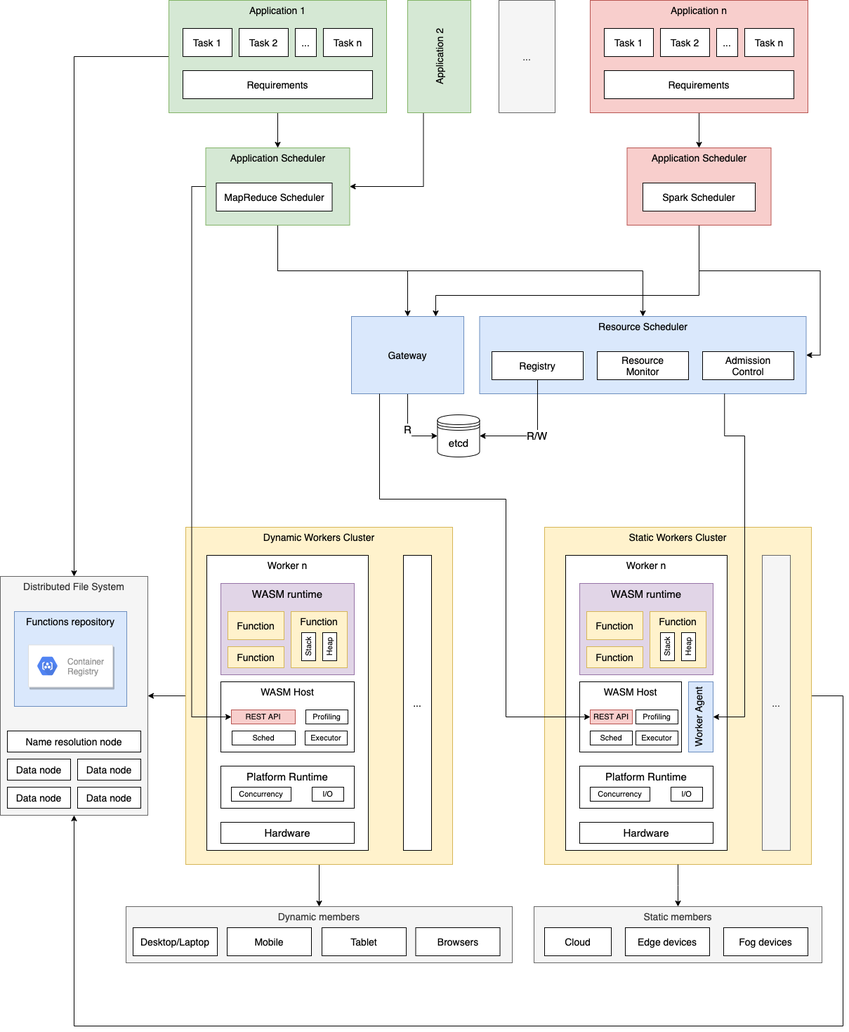
The draw.io diagram fedra/images/architecture.png in jiayihu/fedra-thesis, before a commit. Source tidied: cells renumbered, new cells last; positions are measured from the earlier drawing's top-left corner, leaving out a move shared by most shapes.
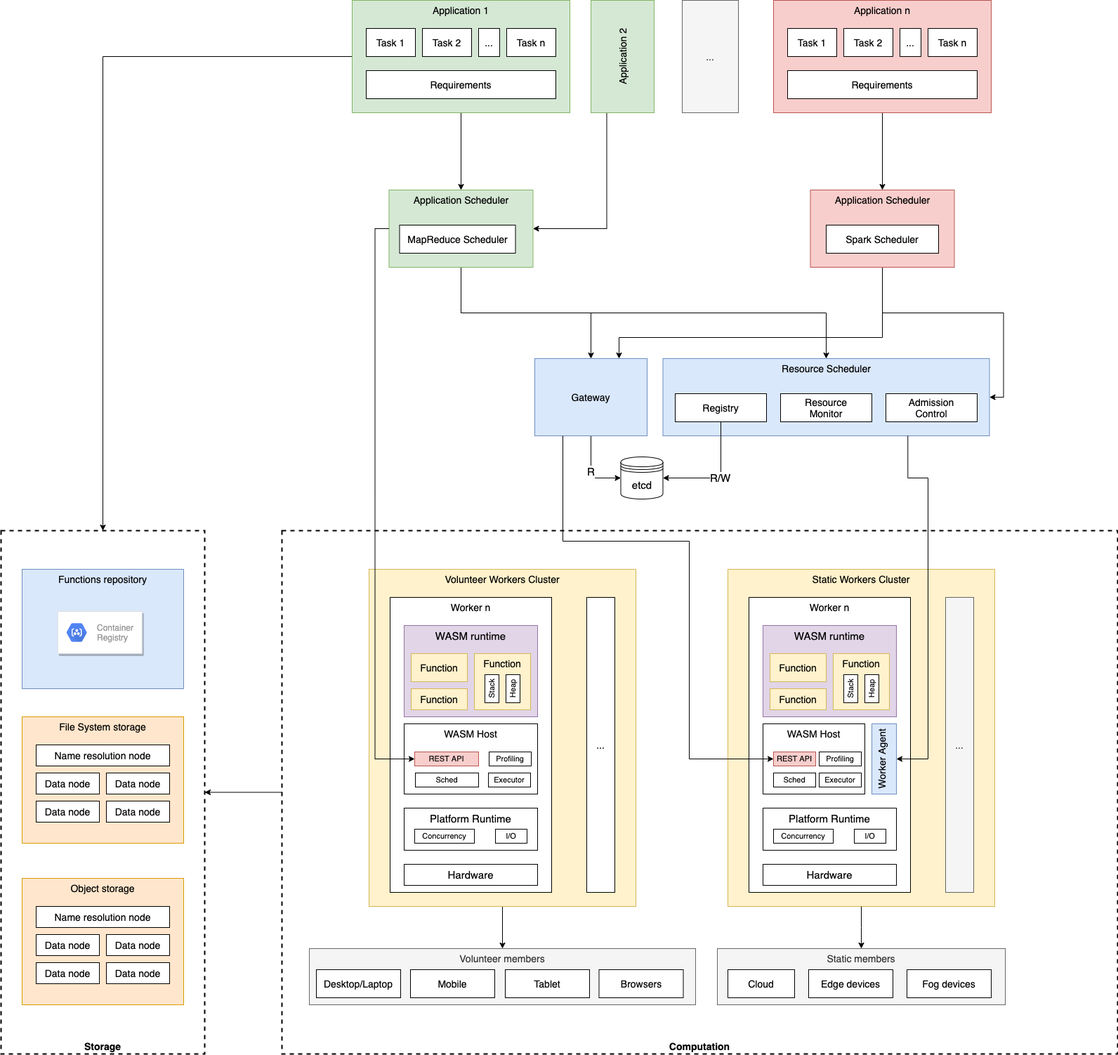
After the change.

Commit message:
Update architecture with storage

What changed in the source:
```diff
@@ -2,21 +2,21 @@
   <root>
     <mxCell id="0" />
     <mxCell id="1" parent="0" />
-    <mxCell id="2" value="Distributed File System" style="whiteSpace=wrap;html=1;fontSize=14;fillColor=#f5f5f5;strokeColor=#666666;fontColor=#333333;verticalAlign=top;" parent="1" vertex="1">
-      <mxGeometry y="820" width="210" height="340" as="geometry" />
+    <mxCell id="2" value="Storage" style="whiteSpace=wrap;html=1;fontSize=14;verticalAlign=bottom;dashed=1;strokeWidth=2;fontStyle=1;" parent="1" vertex="1">
+      <mxGeometry x="-260" y="695" width="290" height="745" as="geometry" />
     </mxCell>
+    <mxCell id="98" value="File System storage" style="whiteSpace=wrap;html=1;strokeWidth=1;fontSize=14;horizontal=1;verticalAlign=top;fillColor=#ffe6cc;strokeColor=#d79b00;" parent="1" vertex="1">
+      <mxGeometry x="-230" y="960" width="230" height="180" as="geometry" />
+    </mxCell>
+    <mxCell id="99" style="edgeStyle=orthogonalEdgeStyle;rounded=0;jettySize=auto;html=1;exitX=0;exitY=0.5;exitDx=0;exitDy=0;entryX=1;entryY=0.5;entryDx=0;entryDy=0;fontSize=14;" parent="1" edge="1" source="100" target="2">
+      <mxGeometry relative="1" as="geometry" />
+    </mxCell>
+    <mxCell id="100" value="Computation" style="whiteSpace=wrap;html=1;strokeWidth=2;dashed=1;verticalAlign=bottom;fontSize=14;fontStyle=1;" parent="1" vertex="1">
+      <mxGeometry x="140" y="695" width="1190" height="745" as="geometry" />
+    </mxCell>
-    <mxCell id="3" value="Dynamic members" style="rounded=0;whiteSpace=wrap;html=1;fontSize=14;fillColor=#f5f5f5;strokeColor=#666666;verticalAlign=top;fontColor=#333333;" parent="1" vertex="1">
+    <mxCell id="3" value="Volunteer members" style="rounded=0;whiteSpace=wrap;html=1;fontSize=14;fillColor=#f5f5f5;strokeColor=#666666;verticalAlign=top;fontColor=#333333;" parent="1" vertex="1">
       <mxGeometry x="179" y="1290" width="550" height="80" as="geometry" />
     </mxCell>
-    <mxCell id="4" style="edgeStyle=orthogonalEdgeStyle;rounded=0;jettySize=auto;html=1;exitX=1;exitY=0.5;exitDx=0;exitDy=0;entryX=0.5;entryY=1;entryDx=0;entryDy=0;startArrow=none;startFill=0;endArrow=classic;endFill=1;fontSize=14;" parent="1" edge="1" source="5" target="2">
-      <mxGeometry relative="1" as="geometry">
-        <Array as="points">
-          <mxPoint x="1200" y="990" />
-          <mxPoint x="1200" y="1460" />
-          <mxPoint x="105" y="1460" />
-        </Array>
-      </mxGeometry>
-    </mxCell>
     <mxCell id="5" value="Static Workers Cluster" style="rounded=0;whiteSpace=wrap;html=1;fillColor=#fff2cc;strokeColor=#d6b656;fontSize=14;verticalAlign=top;" parent="1" vertex="1">
       <mxGeometry x="775" y="750" width="380" height="480" as="geometry" />
     </mxCell>
@@ -38,49 +38,49 @@
       <mxGeometry relative="1" as="geometry" />
     </mxCell>
     <mxCell id="10" value="Application 1" style="rounded=0;whiteSpace=wrap;html=1;fillColor=#d5e8d4;strokeColor=#82b366;fontSize=14;verticalAlign=top;" parent="1" vertex="1">
-      <mxGeometry x="240" width="310" height="160" as="geometry" />
+      <mxGeometry x="240" y="-60" width="310" height="160" as="geometry" />
     </mxCell>
     <mxCell id="11" value="Resource Scheduler" style="rounded=0;whiteSpace=wrap;html=1;fillColor=#dae8fc;strokeColor=#6c8ebf;fontSize=14;verticalAlign=top;" parent="1" vertex="1">
       <mxGeometry x="682.5" y="450" width="465" height="110" as="geometry" />
     </mxCell>
     <mxCell id="12" value="Task 1" style="rounded=0;whiteSpace=wrap;html=1;fontSize=14;" parent="1" vertex="1">
-      <mxGeometry x="260" y="40" width="70" height="40" as="geometry" />
+      <mxGeometry x="260" y="-20" width="70" height="40" as="geometry" />
     </mxCell>
     <mxCell id="13" value="Requirements" style="rounded=0;whiteSpace=wrap;html=1;fontSize=14;" parent="1" vertex="1">
-      <mxGeometry x="260" y="100" width="270" height="40" as="geometry" />
+      <mxGeometry x="260" y="40" width="270" height="40" as="geometry" />
     </mxCell>
     <mxCell id="14" value="Task 2" style="rounded=0;whiteSpace=wrap;html=1;fontSize=14;" parent="1" vertex="1">
-      <mxGeometry x="340" y="40" width="70" height="40" as="geometry" />
+      <mxGeometry x="340" y="-20" width="70" height="40" as="geometry" />
     </mxCell>
     <mxCell id="15" value="Task n" style="rounded=0;whiteSpace=wrap;html=1;fontSize=14;" parent="1" vertex="1">
-      <mxGeometry x="460" y="40" width="70" height="40" as="geometry" />
+      <mxGeometry x="460" y="-20" width="70" height="40" as="geometry" />
     </mxCell>
     <mxCell id="16" value="..." style="rounded=0;whiteSpace=wrap;html=1;fontSize=14;" parent="1" vertex="1">
-      <mxGeometry x="420" y="40" width="30" height="40" as="geometry" />
+      <mxGeometry x="420" y="-20" width="30" height="40" as="geometry" />
     </mxCell>
     <mxCell id="17" style="edgeStyle=orthogonalEdgeStyle;rounded=0;jettySize=auto;html=1;exitX=0.5;exitY=1;exitDx=0;exitDy=0;entryX=0.5;entryY=0;entryDx=0;entryDy=0;startArrow=none;startFill=0;endArrow=classic;endFill=1;fontSize=15;" parent="1" edge="1" source="18" target="58">
       <mxGeometry relative="1" as="geometry" />
     </mxCell>
     <mxCell id="18" value="Application n" style="rounded=0;whiteSpace=wrap;html=1;fillColor=#f8cecc;strokeColor=#b85450;fontSize=14;verticalAlign=top;" parent="1" vertex="1">
-      <mxGeometry x="840" width="310" height="160" as="geometry" />
+      <mxGeometry x="840" y="-60" width="310" height="160" as="geometry" />
     </mxCell>
     <mxCell id="19" value="Task 1" style="rounded=0;whiteSpace=wrap;html=1;fontSize=14;" parent="1" vertex="1">
-      <mxGeometry x="860" y="40" width="70" height="40" as="geometry" />
+      <mxGeometry x="860" y="-20" width="70" height="40" as="geometry" />
     </mxCell>
     <mxCell id="20" value="Requirements" style="rounded=0;whiteSpace=wrap;html=1;fontSize=14;" parent="1" vertex="1">
-      <mxGeometry x="860" y="100" width="270" height="40" as="geometry" />
+      <mxGeometry x="860" y="40" width="270" height="40" as="geometry" />
     </mxCell>
     <mxCell id="21" value="Task 2" style="rounded=0;whiteSpace=wrap;html=1;fontSize=14;" parent="1" vertex="1">
-      <mxGeometry x="940" y="40" width="70" height="40" as="geometry" />
+      <mxGeometry x="940" y="-20" width="70" height="40" as="geometry" />
     </mxCell>
     <mxCell id="22" value="Task n" style="rounded=0;whiteSpace=wrap;html=1;fontSize=14;" parent="1" vertex="1">
-      <mxGeometry x="1060" y="40" width="70" height="40" as="geometry" />
+      <mxGeometry x="1060" y="-20" width="70" height="40" as="geometry" />
     </mxCell>
     <mxCell id="23" value="..." style="rounded=0;whiteSpace=wrap;html=1;fontSize=14;" parent="1" vertex="1">
-      <mxGeometry x="1020" y="40" width="30" height="40" as="geometry" />
+      <mxGeometry x="1020" y="-20" width="30" height="40" as="geometry" />
     </mxCell>
     <mxCell id="24" value="..." style="rounded=0;whiteSpace=wrap;html=1;fillColor=#f5f5f5;strokeColor=#666666;fontSize=14;verticalAlign=middle;fontColor=#333333;" parent="1" vertex="1">
-      <mxGeometry x="710" width="80" height="160" as="geometry" />
+      <mxGeometry x="710" y="-60" width="80" height="160" as="geometry" />
     </mxCell>
     <mxCell id="25" value="R/W" style="edgeStyle=orthogonalEdgeStyle;rounded=0;jettySize=auto;html=1;exitX=0.5;exitY=1;exitDx=0;exitDy=0;entryX=1;entryY=0.5;entryDx=0;entryDy=0;startArrow=none;startFill=0;endArrow=classic;endFill=1;fontSize=15;" parent="1" edge="1" source="26" target="60">
       <mxGeometry relative="1" as="geometry" />
@@ -110,7 +110,7 @@
       <mxGeometry x="1030" y="1320" width="120" height="40" as="geometry" />
     </mxCell>
     <mxCell id="34" value="Functions repository" style="rounded=0;whiteSpace=wrap;html=1;fillColor=#dae8fc;strokeColor=#6c8ebf;fontSize=14;verticalAlign=top;" parent="1" vertex="1">
-      <mxGeometry x="20" y="870" width="160" height="135" as="geometry" />
+      <mxGeometry x="-230" y="750" width="230" height="170" as="geometry" />
     </mxCell>
     <mxCell id="35" value="Resource&lt;br&gt;Monitor" style="rounded=0;whiteSpace=wrap;html=1;fontSize=14;" parent="1" vertex="1">
       <mxGeometry x="850" y="500" width="130" height="40" as="geometry" />
@@ -199,10 +199,10 @@
       <mxGeometry relative="1" as="geometry" />
     </mxCell>
     <mxCell id="62" value="Application 2" style="rounded=0;whiteSpace=wrap;html=1;fillColor=#d5e8d4;strokeColor=#82b366;fontSize=14;verticalAlign=middle;horizontal=0;" parent="1" vertex="1">
-      <mxGeometry x="580" width="90" height="160" as="geometry" />
+      <mxGeometry x="580" y="-60" width="90" height="160" as="geometry" />
     </mxCell>
     <mxCell id="63" style="strokeColor=#dddddd;shadow=1;strokeWidth=1;rounded=1;absoluteArcSize=1;arcSize=2;fontSize=14;" parent="1" vertex="1">
-      <mxGeometry x="40" y="917.5" width="120" height="60" as="geometry" />
+      <mxGeometry x="-179.3" y="810" width="120" height="60" as="geometry" />
     </mxCell>
     <mxCell id="64" value="Container&#10;Registry" style="dashed=0;html=1;fillColor=#5184F3;strokeColor=none;shape=mxgraph.gcp2.hexIcon;prIcon=container_registry;labelPosition=right;verticalLabelPosition=middle;align=left;verticalAlign=middle;spacingLeft=5;fontColor=#999999;fontSize=12;" parent="63" vertex="1">
       <mxGeometry y="0.5" width="44" height="39" relative="1" as="geometry">
@@ -218,10 +218,7 @@
     <mxCell id="67" style="edgeStyle=orthogonalEdgeStyle;rounded=0;jettySize=auto;html=1;exitX=0.5;exitY=1;exitDx=0;exitDy=0;entryX=0.5;entryY=0;entryDx=0;entryDy=0;startArrow=none;startFill=0;endArrow=classic;endFill=1;fontSize=14;" parent="1" edge="1" source="69" target="3">
       <mxGeometry relative="1" as="geometry" />
     </mxCell>
-    <mxCell id="68" style="edgeStyle=orthogonalEdgeStyle;rounded=0;jettySize=auto;html=1;exitX=0;exitY=0.5;exitDx=0;exitDy=0;entryX=1;entryY=0.5;entryDx=0;entryDy=0;startArrow=none;startFill=0;endArrow=classic;endFill=1;fontSize=14;" parent="1" edge="1" source="69" target="2">
-      <mxGeometry relative="1" as="geometry" />
-    </mxCell>
-    <mxCell id="69" value="Dynamic Workers Cluster" style="rounded=0;whiteSpace=wrap;html=1;fillColor=#fff2cc;strokeColor=#d6b656;fontSize=14;verticalAlign=top;" parent="1" vertex="1">
+    <mxCell id="69" value="Volunteer Workers Cluster" style="rounded=0;whiteSpace=wrap;html=1;fillColor=#fff2cc;strokeColor=#d6b656;fontSize=14;verticalAlign=top;" parent="1" vertex="1">
       <mxGeometry x="264" y="750" width="380" height="480" as="geometry" />
     </mxCell>
     <mxCell id="70" value="Worker n" style="rounded=0;whiteSpace=wrap;html=1;fontSize=14;horizontal=1;verticalAlign=top;" parent="1" vertex="1">
@@ -297,19 +294,19 @@
       <mxGeometry x="458" y="1320" width="120" height="40" as="geometry" />
     </mxCell>
     <mxCell id="90" value="Data node" style="whiteSpace=wrap;html=1;fontSize=14;" parent="1" vertex="1">
-      <mxGeometry x="10" y="1120" width="90" height="30" as="geometry" />
+      <mxGeometry x="-210" y="1080" width="90" height="30" as="geometry" />
     </mxCell>
     <mxCell id="91" value="Data node" style="whiteSpace=wrap;html=1;fontSize=14;" parent="1" vertex="1">
-      <mxGeometry x="110" y="1120" width="90" height="30" as="geometry" />
+      <mxGeometry x="-110" y="1080" width="90" height="30" as="geometry" />
     </mxCell>
     <mxCell id="92" value="Data node" style="whiteSpace=wrap;html=1;fontSize=14;" parent="1" vertex="1">
-      <mxGeometry x="10" y="1080" width="90" height="30" as="geometry" />
+      <mxGeometry x="-210" y="1040" width="90" height="30" as="geometry" />
     </mxCell>
     <mxCell id="93" value="Data node" style="whiteSpace=wrap;html=1;fontSize=14;" parent="1" vertex="1">
-      <mxGeometry x="110" y="1080" width="90" height="30" as="geometry" />
+      <mxGeometry x="-110" y="1040" width="90" height="30" as="geometry" />
     </mxCell>
     <mxCell id="94" value="Name resolution node" style="whiteSpace=wrap;html=1;fontSize=14;" parent="1" vertex="1">
-      <mxGeometry x="10" y="1040" width="190" height="30" as="geometry" />
+      <mxGeometry x="-210" y="1000" width="190" height="30" as="geometry" />
     </mxCell>
     <mxCell id="95" style="edgeStyle=orthogonalEdgeStyle;rounded=0;jettySize=auto;html=1;exitX=0;exitY=0.5;exitDx=0;exitDy=0;entryX=0;entryY=0.5;entryDx=0;entryDy=0;startArrow=none;startFill=0;endArrow=classic;endFill=1;fontSize=14;" parent="1" edge="1" source="54" target="82">
       <mxGeometry relative="1" as="geometry" />
@@ -320,5 +317,23 @@
     <mxCell id="97" value="Executor" style="rounded=0;whiteSpace=wrap;html=1;fontSize=11;" parent="1" vertex="1">
       <mxGeometry x="434" y="1040" width="60" height="20" as="geometry" />
     </mxCell>
+    <mxCell id="101" value="Object storage" style="whiteSpace=wrap;html=1;strokeWidth=1;fontSize=14;horizontal=1;verticalAlign=top;fillColor=#ffe6cc;strokeColor=#d79b00;" parent="1" vertex="1">
+      <mxGeometry x="-230" y="1190" width="230" height="180" as="geometry" />
+    </mxCell>
+    <mxCell id="102" value="Data node" style="whiteSpace=wrap;html=1;fontSize=14;" parent="1" vertex="1">
+      <mxGeometry x="-210" y="1310" width="90" height="30" as="geometry" />
+    </mxCell>
+    <mxCell id="103" value="Data node" style="whiteSpace=wrap;html=1;fontSize=14;" parent="1" vertex="1">
+      <mxGeometry x="-110" y="1310" width="90" height="30" as="geometry" />
+    </mxCell>
+    <mxCell id="104" value="Data node" style="whiteSpace=wrap;html=1;fontSize=14;" parent="1" vertex="1">
+      <mxGeometry x="-210" y="1270" width="90" height="30" as="geometry" />
+    </mxCell>
+    <mxCell id="105" value="Data node" style="whiteSpace=wrap;html=1;fontSize=14;" parent="1" vertex="1">
+      <mxGeometry x="-110" y="1270" width="90" height="30" as="geometry" />
+    </mxCell>
+    <mxCell id="106" value="Name resolution node" style="whiteSpace=wrap;html=1;fontSize=14;" parent="1" vertex="1">
+      <mxGeometry x="-210" y="1230" width="190" height="30" as="geometry" />
+    </mxCell>
   </root>
 </mxGraphModel>
```
